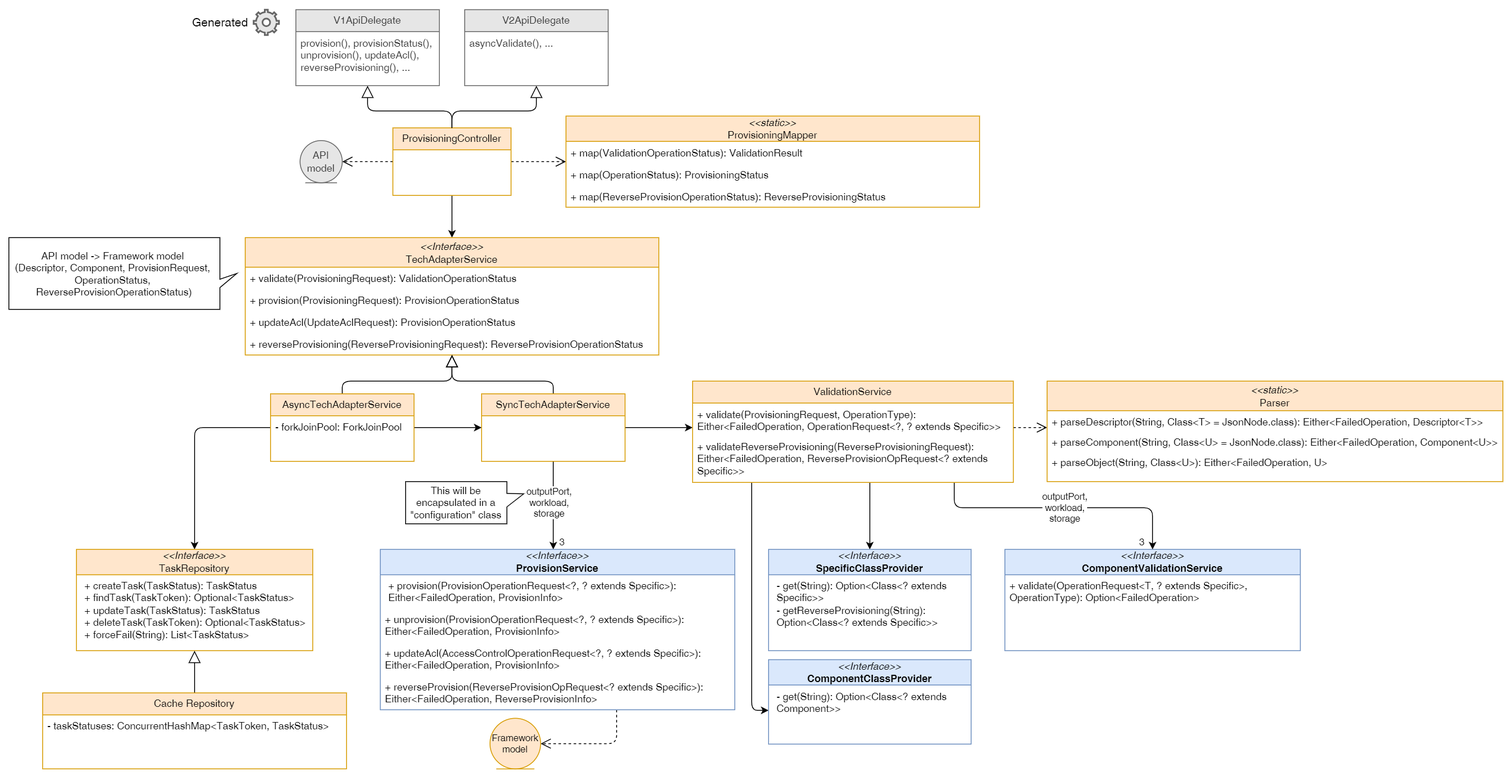
This is docs/img/ProvisioningFlow_ClassDiagram.png from agile-lab-dev/witboost-java-tech-adapter-framework, a draw.io export, as it was before one commit. Source tidied: cells renumbered, new cells last; positions are measured from the earlier drawing's top-left corner, leaving out a move shared by most shapes.
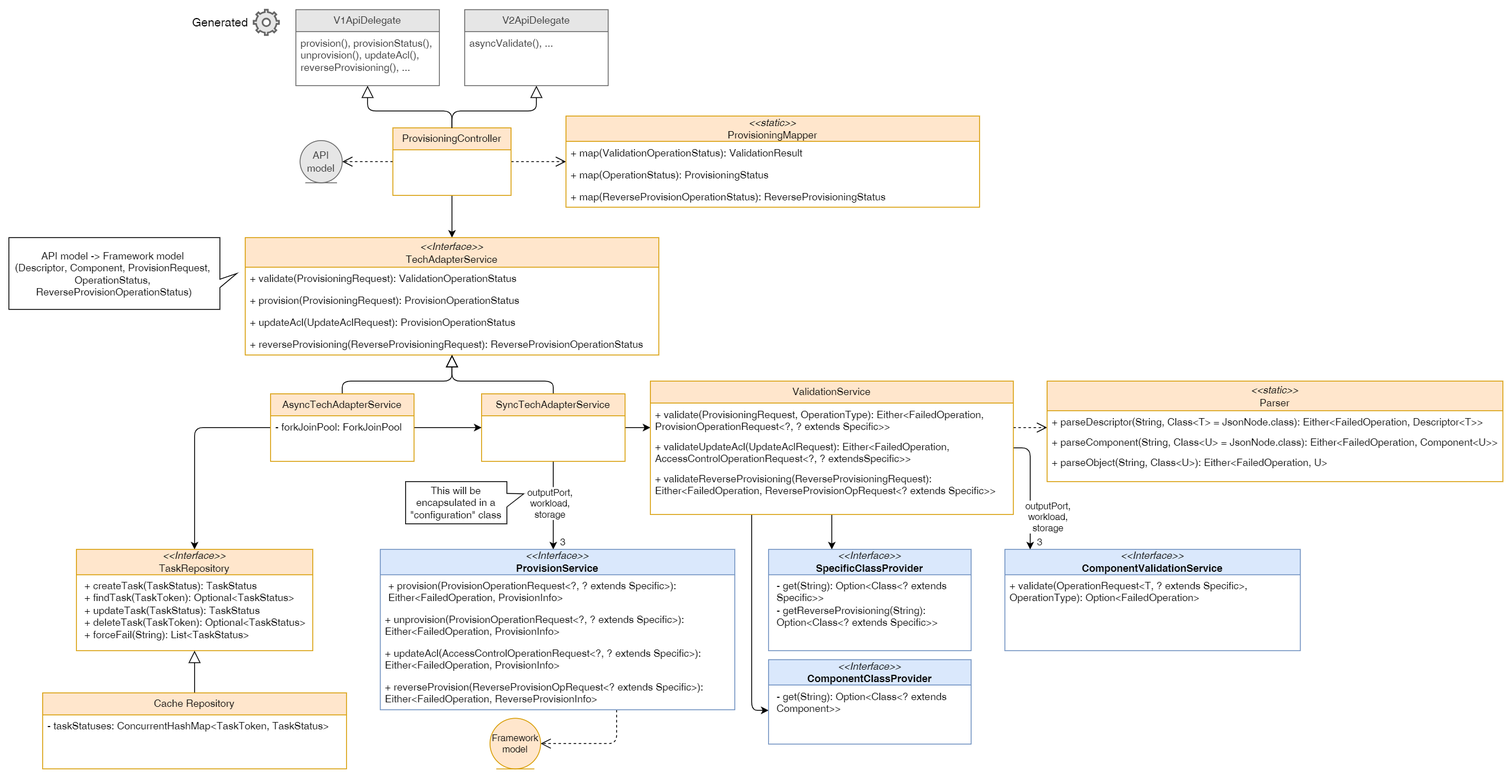
After the commit.

Diff of the diagram source:
```diff
@@ -111,19 +111,18 @@
     <mxCell id="23" style="edgeStyle=orthogonalEdgeStyle;rounded=1;jettySize=auto;html=1;curved=0;" parent="1" edge="1" source="27" target="21">
       <mxGeometry relative="1" as="geometry">
         <Array as="points">
-          <mxPoint x="1120" y="590" />
-          <mxPoint x="1355" y="590" />
+          <mxPoint x="1210" y="519" />
         </Array>
       </mxGeometry>
     </mxCell>
     <mxCell id="24" value="outputPort,&lt;div&gt;workload,&lt;/div&gt;&lt;div&gt;storage&lt;/div&gt;" style="edgeLabel;html=1;align=center;verticalAlign=middle;" parent="23" vertex="1">
       <mxGeometry x="-0.3" y="1" relative="1" as="geometry">
-        <mxPoint x="51" y="1" as="offset" />
+        <mxPoint x="19" y="52" as="offset" />
       </mxGeometry>
     </mxCell>
     <mxCell id="25" value="3" style="edgeLabel;html=1;align=center;verticalAlign=middle;" parent="23" vertex="1">
       <mxGeometry x="0.92" relative="1" as="geometry">
-        <mxPoint x="-13" y="4" as="offset" />
+        <mxPoint x="10" y="-4" as="offset" />
       </mxGeometry>
     </mxCell>
     <mxCell id="26" style="edgeStyle=orthogonalEdgeStyle;rounded=1;jettySize=auto;html=1;curved=0;" parent="1" edge="1" source="27" target="66">
@@ -134,13 +133,16 @@
       </mxGeometry>
     </mxCell>
     <mxCell id="27" value="ValidationService" style="swimlane;fontStyle=0;horizontal=1;startSize=26;fillColor=#ffe6cc;whiteSpace=wrap;html=1;strokeColor=#d79b00;" parent="1" vertex="1">
-      <mxGeometry x="810" y="440" width="380" height="120" as="geometry" />
+      <mxGeometry x="760" y="440" width="430" height="158" as="geometry" />
     </mxCell>
-    <mxCell id="28" value="+ validate(ProvisioningRequest, OperationType): Either&amp;lt;FailedOperation, OperationRequest&amp;lt;?&lt;span style=&quot;background-color: initial;&quot;&gt;, ? extends Specific&amp;gt;&amp;gt;&lt;/span&gt;" style="text;strokeColor=none;fillColor=none;align=left;verticalAlign=top;spacingLeft=4;spacingRight=4;overflow=hidden;whiteSpace=wrap;html=1;" parent="27" vertex="1">
-      <mxGeometry y="26" width="380" height="38" as="geometry" />
+    <mxCell id="28" value="+ validate(ProvisioningRequest, OperationType): Either&amp;lt;FailedOperation, ProvisionOperationRequest&amp;lt;?&lt;span style=&quot;background-color: initial;&quot;&gt;, ? extends Specific&amp;gt;&amp;gt;&lt;/span&gt;" style="text;strokeColor=none;fillColor=none;align=left;verticalAlign=top;spacingLeft=4;spacingRight=4;overflow=hidden;whiteSpace=wrap;html=1;" parent="27" vertex="1">
+      <mxGeometry y="26" width="430" height="38" as="geometry" />
     </mxCell>
+    <mxCell id="68" value="+ validateUpdateAcl(UpdateAclRequest): Either&amp;lt;FailedOperation, AccessControlOperationRequest&amp;lt;?, ? extendsSpecific&amp;gt;&amp;gt;" style="text;strokeColor=none;fillColor=none;align=left;verticalAlign=top;spacingLeft=4;spacingRight=4;overflow=hidden;whiteSpace=wrap;html=1;" parent="27" vertex="1">
+      <mxGeometry y="64" width="430" height="38" as="geometry" />
+    </mxCell>
     <mxCell id="29" value="+ validateReverseProvisioning(ReverseProvisioningRequest): Either&amp;lt;FailedOperation, ReverseProvisionOpRequest&amp;lt;&lt;span style=&quot;background-color: initial;&quot;&gt;? extends Specific&amp;gt;&amp;gt;&lt;/span&gt;" style="text;strokeColor=none;fillColor=none;align=left;verticalAlign=top;spacingLeft=4;spacingRight=4;overflow=hidden;whiteSpace=wrap;html=1;" parent="27" vertex="1">
-      <mxGeometry y="64" width="380" height="56" as="geometry" />
+      <mxGeometry y="102" width="430" height="56" as="geometry" />
     </mxCell>
     <mxCell id="30" style="edgeStyle=orthogonalEdgeStyle;rounded=1;jettySize=auto;html=1;dashed=1;endArrow=open;endFill=0;strokeColor=default;align=center;verticalAlign=middle;fontFamily=Helvetica;fontSize=11;fontColor=default;labelBackgroundColor=default;endSize=10;curved=0;" parent="1" edge="1" source="31" target="46">
       <mxGeometry relative="1" as="geometry">
```
